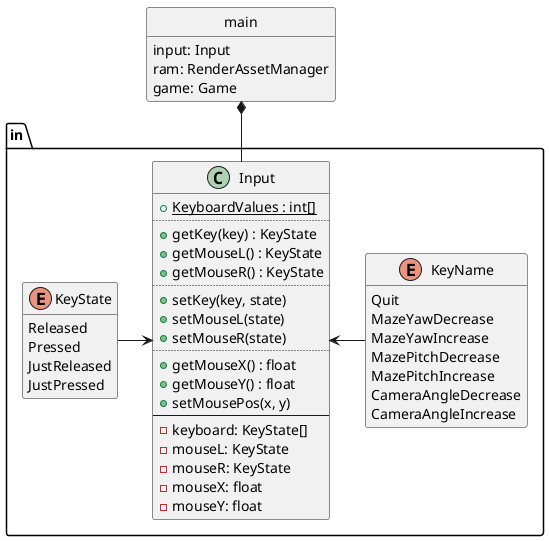
Above: design/input.png in ba6er/marblemaze (PlantUML), before the change.
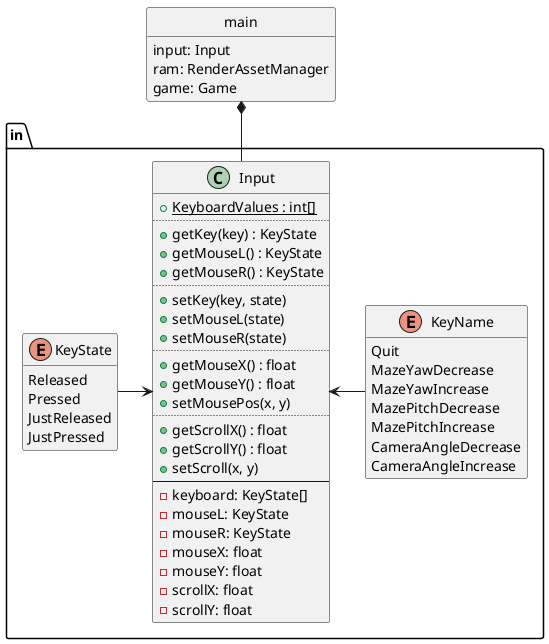
The same diagram one commit later.

Commit message:
Added mouse scrolling to Input

What changed in the source:
```diff
@@ -34,12 +34,18 @@
 	+getMouseX() : float
 	+getMouseY() : float
 	+setMousePos(x, y)
+	..
+	+getScrollX() : float
+	+getScrollY() : float
+	+setScroll(x, y)
 	--
 	-keyboard: KeyState[]
 	-mouseL: KeyState
 	-mouseR: KeyState
 	-mouseX: float
 	-mouseY: float
+	-scrollX: float
+	-scrollY: float
 }
 
 class main {
```
